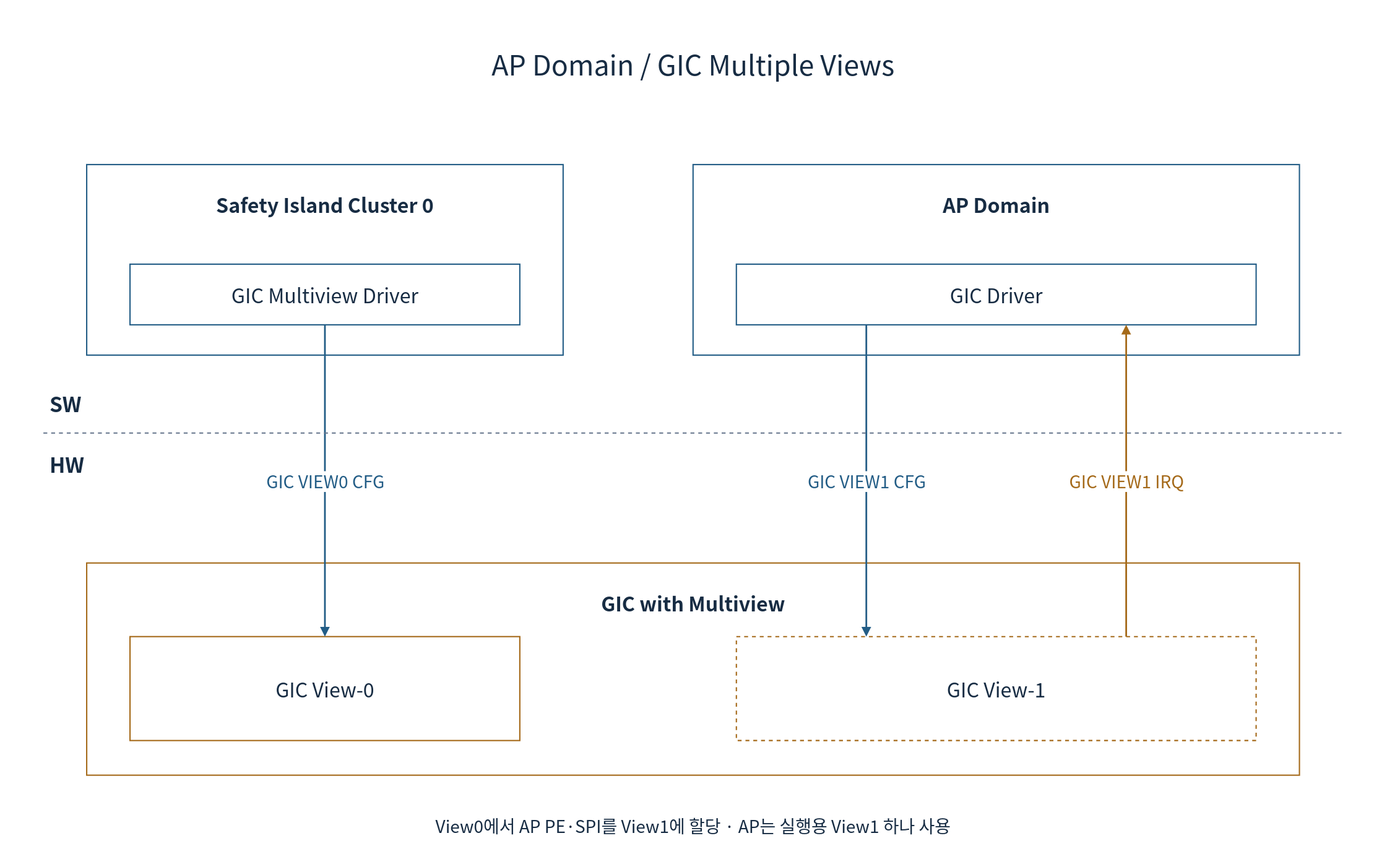
Before: doc/phase1/interrupt/diagrams/01c-ap-multiview.drawio.svg, a diagram exported from draw.io (cometzero/project-apollo). Source tidied: cells renumbered, new cells last; positions are measured from the earlier drawing's top-left corner, leaving out a move shared by most shapes. The source it was exported from:
```xml
<mxGraphModel background="#FFFFFF">
  <root>
    <mxCell id="0" />
    <mxCell id="1" parent="0" />
    <mxCell id="2" style="rounded=0;whiteSpace=wrap;html=1;fillColor=#FFFFFF;strokeColor=none;strokeWidth=1.5;fontColor=#172C43;fontFamily=Noto Sans CJK KR;fontSize=23;spacing=10;" parent="1" vertex="1">
      <mxGeometry width="1600" height="1000" as="geometry" />
    </mxCell>
    <mxCell id="3" value="AP Domain / GIC Multiple Views" style="rounded=0;whiteSpace=wrap;html=1;fillColor=#FFFFFF;strokeColor=none;strokeWidth=1.5;fontColor=#172C43;fontFamily=Noto Sans CJK KR;fontSize=23;spacing=10;fontSize=32;" parent="1" vertex="1">
      <mxGeometry x="50" y="40" width="1500" height="65" as="geometry" />
    </mxCell>
    <mxCell id="4" value="Safety Island Cluster 0" style="rounded=0;whiteSpace=wrap;html=1;fillColor=#FFFFFF;strokeColor=#235D86;strokeWidth=1.5;fontColor=#172C43;fontFamily=Noto Sans CJK KR;fontSize=23;spacing=10;verticalAlign=top;spacingTop=18;fontStyle=1;" parent="1" vertex="1">
      <mxGeometry x="100" y="190" width="550" height="220" as="geometry" />
    </mxCell>
    <mxCell id="5" value="GIC Multiview Driver" style="rounded=0;whiteSpace=wrap;html=1;fillColor=#FFFFFF;strokeColor=#235D86;strokeWidth=1.5;fontColor=#172C43;fontFamily=Noto Sans CJK KR;fontSize=23;spacing=10;" parent="4" vertex="1">
      <mxGeometry x="50" y="115" width="450" height="70" as="geometry" />
    </mxCell>
    <mxCell id="6" value="AP Domain" style="rounded=0;whiteSpace=wrap;html=1;fillColor=#FFFFFF;strokeColor=#235D86;strokeWidth=1.5;fontColor=#172C43;fontFamily=Noto Sans CJK KR;fontSize=23;spacing=10;verticalAlign=top;spacingTop=18;fontStyle=1;" parent="1" vertex="1">
      <mxGeometry x="800" y="190" width="700" height="220" as="geometry" />
    </mxCell>
    <mxCell id="7" value="GIC Driver" style="rounded=0;whiteSpace=wrap;html=1;fillColor=#FFFFFF;strokeColor=#235D86;strokeWidth=1.5;fontColor=#172C43;fontFamily=Noto Sans CJK KR;fontSize=23;spacing=10;" parent="6" vertex="1">
      <mxGeometry x="50" y="115" width="600" height="70" as="geometry" />
    </mxCell>
    <mxCell id="8" value="GIC with Multiview" style="rounded=0;whiteSpace=wrap;html=1;fillColor=#FFFFFF;strokeColor=#A56A1A;strokeWidth=1.5;fontColor=#172C43;fontFamily=Noto Sans CJK KR;fontSize=23;spacing=10;verticalAlign=top;spacingTop=18;fontStyle=1;" parent="1" vertex="1">
      <mxGeometry x="100" y="650" width="1400" height="245" as="geometry" />
    </mxCell>
    <mxCell id="9" value="GIC View-0" style="rounded=0;whiteSpace=wrap;html=1;fillColor=#FFFFFF;strokeColor=#A56A1A;strokeWidth=1.5;fontColor=#172C43;fontFamily=Noto Sans CJK KR;fontSize=23;spacing=10;" parent="8" vertex="1">
      <mxGeometry x="50" y="85" width="450" height="120" as="geometry" />
    </mxCell>
    <mxCell id="10" value="GIC View-1" style="rounded=0;whiteSpace=wrap;html=1;fillColor=#FFFFFF;strokeColor=#A56A1A;strokeWidth=1.5;fontColor=#172C43;fontFamily=Noto Sans CJK KR;fontSize=23;spacing=10;dashed=1;" parent="8" vertex="1">
      <mxGeometry x="750" y="85" width="600" height="120" as="geometry" />
    </mxCell>
    <mxCell id="11" value="GIC VIEW0 CFG" style="edgeStyle=orthogonalEdgeStyle;rounded=0;html=1;endArrow=block;endFill=1;strokeWidth=2;strokeColor=#235D86;fontColor=#235D86;fontFamily=Noto Sans CJK KR;fontSize=20;labelBackgroundColor=#FFFFFF;exitX=0.5;exitY=1;entryX=0.5;entryY=0;" parent="1" edge="1" source="5" target="9">
      <mxGeometry relative="1" as="geometry" />
    </mxCell>
    <mxCell id="12" value="GIC VIEW1 CFG" style="edgeStyle=orthogonalEdgeStyle;rounded=0;html=1;endArrow=block;endFill=1;strokeWidth=2;strokeColor=#235D86;fontColor=#235D86;fontFamily=Noto Sans CJK KR;fontSize=20;labelBackgroundColor=#FFFFFF;exitX=0.25;exitY=1;entryX=0.25;entryY=0;" parent="1" edge="1" source="7" target="10">
      <mxGeometry relative="1" as="geometry" />
    </mxCell>
    <mxCell id="13" value="GIC VIEW1 IRQ" style="edgeStyle=orthogonalEdgeStyle;rounded=0;html=1;endArrow=block;endFill=1;strokeWidth=2;strokeColor=#A56A1A;fontColor=#A56A1A;fontFamily=Noto Sans CJK KR;fontSize=20;labelBackgroundColor=#FFFFFF;exitX=0.75;exitY=0;entryX=0.75;entryY=1;" parent="1" edge="1" source="10" target="7">
      <mxGeometry relative="1" as="geometry" />
    </mxCell>
    <mxCell id="14" value="View0에서 AP PE·SPI를 View1에 할당 · AP는 실행용 View1 하나 사용" style="rounded=0;whiteSpace=wrap;html=1;fillColor=#FFFFFF;strokeColor=none;strokeWidth=1.5;fontColor=#172C43;fontFamily=Noto Sans CJK KR;fontSize=23;spacing=10;fontSize=20;" parent="1" vertex="1">
      <mxGeometry x="50" y="930" width="1500" height="45" as="geometry" />
    </mxCell>
    <mxCell id="15" style="endArrow=none;startArrow=none;dashed=1;strokeColor=#64748B;strokeWidth=1.5;" parent="1" edge="1">
      <mxGeometry relative="1" as="geometry">
        <mxPoint x="50" y="500" as="sourcePoint" />
        <mxPoint x="1550" y="500" as="targetPoint" />
      </mxGeometry>
    </mxCell>
    <mxCell id="16" value="SW" style="text;html=1;strokeColor=none;fillColor=#FFFFFF;fontColor=#172C43;fontFamily=Noto Sans CJK KR;fontSize=24;fontStyle=1;align=left;" parent="1" vertex="1">
      <mxGeometry x="55" y="445" width="80" height="40" as="geometry" />
    </mxCell>
    <mxCell id="17" value="HW" style="text;html=1;strokeColor=none;fillColor=#FFFFFF;fontColor=#172C43;fontFamily=Noto Sans CJK KR;fontSize=24;fontStyle=1;align=left;" parent="1" vertex="1">
      <mxGeometry x="55" y="515" width="80" height="40" as="geometry" />
    </mxCell>
  </root>
</mxGraphModel>
```
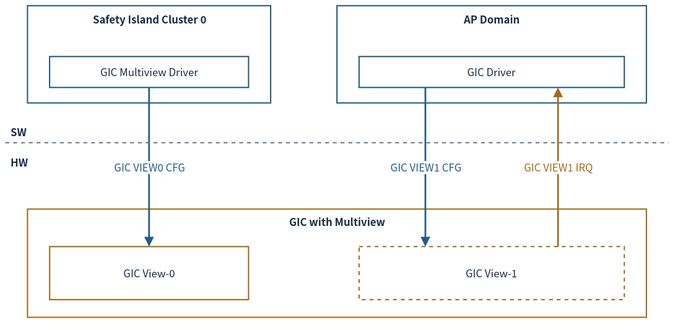
After the change.

Change to the diagram source:
```diff
@@ -2,56 +2,47 @@
   <root>
     <mxCell id="0" />
     <mxCell id="1" parent="0" />
-    <mxCell id="2" style="rounded=0;whiteSpace=wrap;html=1;fillColor=#FFFFFF;strokeColor=none;strokeWidth=1.5;fontColor=#172C43;fontFamily=Noto Sans CJK KR;fontSize=23;spacing=10;" parent="1" vertex="1">
-      <mxGeometry width="1600" height="1000" as="geometry" />
-    </mxCell>
-    <mxCell id="3" value="AP Domain / GIC Multiple Views" style="rounded=0;whiteSpace=wrap;html=1;fillColor=#FFFFFF;strokeColor=none;strokeWidth=1.5;fontColor=#172C43;fontFamily=Noto Sans CJK KR;fontSize=23;spacing=10;fontSize=32;" parent="1" vertex="1">
-      <mxGeometry x="50" y="40" width="1500" height="65" as="geometry" />
-    </mxCell>
-    <mxCell id="4" value="Safety Island Cluster 0" style="rounded=0;whiteSpace=wrap;html=1;fillColor=#FFFFFF;strokeColor=#235D86;strokeWidth=1.5;fontColor=#172C43;fontFamily=Noto Sans CJK KR;fontSize=23;spacing=10;verticalAlign=top;spacingTop=18;fontStyle=1;" parent="1" vertex="1">
-      <mxGeometry x="100" y="190" width="550" height="220" as="geometry" />
+    <mxCell id="4" value="Safety Island Cluster 0" style="rounded=0;whiteSpace=wrap;html=1;fillColor=#FFFFFF;strokeColor=#235D86;strokeWidth=1.5;fontColor=#172C43;fontFamily=Noto Sans CJK KR;verticalAlign=top;fontStyle=1;fontSize=12;spacing=3;whiteSpace=wrap;" parent="1" vertex="1">
+      <mxGeometry x="37.5" y="65.6" width="280.7" height="112.3" as="geometry" />
     </mxCell>
-    <mxCell id="5" value="GIC Multiview Driver" style="rounded=0;whiteSpace=wrap;html=1;fillColor=#FFFFFF;strokeColor=#235D86;strokeWidth=1.5;fontColor=#172C43;fontFamily=Noto Sans CJK KR;fontSize=23;spacing=10;" parent="4" vertex="1">
-      <mxGeometry x="50" y="115" width="450" height="70" as="geometry" />
+    <mxCell id="5" value="GIC Multiview Driver" style="rounded=0;whiteSpace=wrap;html=1;fillColor=#FFFFFF;strokeColor=#235D86;strokeWidth=1.5;fontColor=#172C43;fontFamily=Noto Sans CJK KR;fontSize=12;spacing=3;whiteSpace=wrap;" parent="4" vertex="1">
+      <mxGeometry x="25.5" y="58.7" width="229.7" height="35.7" as="geometry" />
     </mxCell>
-    <mxCell id="6" value="AP Domain" style="rounded=0;whiteSpace=wrap;html=1;fillColor=#FFFFFF;strokeColor=#235D86;strokeWidth=1.5;fontColor=#172C43;fontFamily=Noto Sans CJK KR;fontSize=23;spacing=10;verticalAlign=top;spacingTop=18;fontStyle=1;" parent="1" vertex="1">
-      <mxGeometry x="800" y="190" width="700" height="220" as="geometry" />
+    <mxCell id="6" value="AP Domain" style="rounded=0;whiteSpace=wrap;html=1;fillColor=#FFFFFF;strokeColor=#235D86;strokeWidth=1.5;fontColor=#172C43;fontFamily=Noto Sans CJK KR;verticalAlign=top;fontStyle=1;fontSize=12;spacing=3;whiteSpace=wrap;" parent="1" vertex="1">
+      <mxGeometry x="394.8" y="65.6" width="357.2" height="112.3" as="geometry" />
     </mxCell>
-    <mxCell id="7" value="GIC Driver" style="rounded=0;whiteSpace=wrap;html=1;fillColor=#FFFFFF;strokeColor=#235D86;strokeWidth=1.5;fontColor=#172C43;fontFamily=Noto Sans CJK KR;fontSize=23;spacing=10;" parent="6" vertex="1">
-      <mxGeometry x="50" y="115" width="600" height="70" as="geometry" />
+    <mxCell id="7" value="GIC Driver" style="rounded=0;whiteSpace=wrap;html=1;fillColor=#FFFFFF;strokeColor=#235D86;strokeWidth=1.5;fontColor=#172C43;fontFamily=Noto Sans CJK KR;fontSize=12;spacing=3;whiteSpace=wrap;" parent="6" vertex="1">
+      <mxGeometry x="25.5" y="58.7" width="306.2" height="35.7" as="geometry" />
     </mxCell>
-    <mxCell id="8" value="GIC with Multiview" style="rounded=0;whiteSpace=wrap;html=1;fillColor=#FFFFFF;strokeColor=#A56A1A;strokeWidth=1.5;fontColor=#172C43;fontFamily=Noto Sans CJK KR;fontSize=23;spacing=10;verticalAlign=top;spacingTop=18;fontStyle=1;" parent="1" vertex="1">
-      <mxGeometry x="100" y="650" width="1400" height="245" as="geometry" />
+    <mxCell id="8" value="GIC with Multiview" style="rounded=0;whiteSpace=wrap;html=1;fillColor=#FFFFFF;strokeColor=#A56A1A;strokeWidth=1.5;fontColor=#172C43;fontFamily=Noto Sans CJK KR;verticalAlign=top;fontStyle=1;fontSize=12;spacing=3;whiteSpace=wrap;" parent="1" vertex="1">
+      <mxGeometry x="37.5" y="300.3" width="714.5" height="125" as="geometry" />
     </mxCell>
-    <mxCell id="9" value="GIC View-0" style="rounded=0;whiteSpace=wrap;html=1;fillColor=#FFFFFF;strokeColor=#A56A1A;strokeWidth=1.5;fontColor=#172C43;fontFamily=Noto Sans CJK KR;fontSize=23;spacing=10;" parent="8" vertex="1">
-      <mxGeometry x="50" y="85" width="450" height="120" as="geometry" />
+    <mxCell id="9" value="GIC View-0" style="rounded=0;whiteSpace=wrap;html=1;fillColor=#FFFFFF;strokeColor=#A56A1A;strokeWidth=1.5;fontColor=#172C43;fontFamily=Noto Sans CJK KR;fontSize=12;spacing=3;whiteSpace=wrap;" parent="8" vertex="1">
+      <mxGeometry x="25.5" y="43.4" width="229.7" height="61.2" as="geometry" />
     </mxCell>
-    <mxCell id="10" value="GIC View-1" style="rounded=0;whiteSpace=wrap;html=1;fillColor=#FFFFFF;strokeColor=#A56A1A;strokeWidth=1.5;fontColor=#172C43;fontFamily=Noto Sans CJK KR;fontSize=23;spacing=10;dashed=1;" parent="8" vertex="1">
-      <mxGeometry x="750" y="85" width="600" height="120" as="geometry" />
+    <mxCell id="10" value="GIC View-1" style="rounded=0;whiteSpace=wrap;html=1;fillColor=#FFFFFF;strokeColor=#A56A1A;strokeWidth=1.5;fontColor=#172C43;fontFamily=Noto Sans CJK KR;dashed=1;fontSize=12;spacing=3;whiteSpace=wrap;" parent="8" vertex="1">
+      <mxGeometry x="382.8" y="43.4" width="306.2" height="61.2" as="geometry" />
     </mxCell>
-    <mxCell id="11" value="GIC VIEW0 CFG" style="edgeStyle=orthogonalEdgeStyle;rounded=0;html=1;endArrow=block;endFill=1;strokeWidth=2;strokeColor=#235D86;fontColor=#235D86;fontFamily=Noto Sans CJK KR;fontSize=20;labelBackgroundColor=#FFFFFF;exitX=0.5;exitY=1;entryX=0.5;entryY=0;" parent="1" edge="1" source="5" target="9">
+    <mxCell id="11" value="GIC VIEW0 CFG" style="edgeStyle=orthogonalEdgeStyle;rounded=0;html=1;endArrow=block;endFill=1;strokeWidth=2;strokeColor=#235D86;fontColor=#235D86;fontFamily=Noto Sans CJK KR;labelBackgroundColor=#FFFFFF;exitX=0.5;exitY=1;entryX=0.5;entryY=0;fontSize=12;spacing=3;whiteSpace=nowrap;" parent="1" edge="1" source="5" target="9">
       <mxGeometry relative="1" as="geometry" />
     </mxCell>
-    <mxCell id="12" value="GIC VIEW1 CFG" style="edgeStyle=orthogonalEdgeStyle;rounded=0;html=1;endArrow=block;endFill=1;strokeWidth=2;strokeColor=#235D86;fontColor=#235D86;fontFamily=Noto Sans CJK KR;fontSize=20;labelBackgroundColor=#FFFFFF;exitX=0.25;exitY=1;entryX=0.25;entryY=0;" parent="1" edge="1" source="7" target="10">
+    <mxCell id="12" value="GIC VIEW1 CFG" style="edgeStyle=orthogonalEdgeStyle;rounded=0;html=1;endArrow=block;endFill=1;strokeWidth=2;strokeColor=#235D86;fontColor=#235D86;fontFamily=Noto Sans CJK KR;labelBackgroundColor=#FFFFFF;exitX=0.25;exitY=1;entryX=0.25;entryY=0;fontSize=12;spacing=3;whiteSpace=nowrap;" parent="1" edge="1" source="7" target="10">
       <mxGeometry relative="1" as="geometry" />
     </mxCell>
-    <mxCell id="13" value="GIC VIEW1 IRQ" style="edgeStyle=orthogonalEdgeStyle;rounded=0;html=1;endArrow=block;endFill=1;strokeWidth=2;strokeColor=#A56A1A;fontColor=#A56A1A;fontFamily=Noto Sans CJK KR;fontSize=20;labelBackgroundColor=#FFFFFF;exitX=0.75;exitY=0;entryX=0.75;entryY=1;" parent="1" edge="1" source="10" target="7">
+    <mxCell id="13" value="GIC VIEW1 IRQ" style="edgeStyle=orthogonalEdgeStyle;rounded=0;html=1;endArrow=block;endFill=1;strokeWidth=2;strokeColor=#A56A1A;fontColor=#A56A1A;fontFamily=Noto Sans CJK KR;labelBackgroundColor=#FFFFFF;exitX=0.75;exitY=0;entryX=0.75;entryY=1;fontSize=12;spacing=3;whiteSpace=nowrap;" parent="1" edge="1" source="10" target="7">
       <mxGeometry relative="1" as="geometry" />
     </mxCell>
-    <mxCell id="14" value="View0에서 AP PE·SPI를 View1에 할당 · AP는 실행용 View1 하나 사용" style="rounded=0;whiteSpace=wrap;html=1;fillColor=#FFFFFF;strokeColor=none;strokeWidth=1.5;fontColor=#172C43;fontFamily=Noto Sans CJK KR;fontSize=23;spacing=10;fontSize=20;" parent="1" vertex="1">
-      <mxGeometry x="50" y="930" width="1500" height="45" as="geometry" />
-    </mxCell>
-    <mxCell id="15" style="endArrow=none;startArrow=none;dashed=1;strokeColor=#64748B;strokeWidth=1.5;" parent="1" edge="1">
+    <mxCell id="15" style="endArrow=none;startArrow=none;dashed=1;strokeColor=#64748B;strokeWidth=1.5;fontSize=12;spacing=3;whiteSpace=nowrap;" parent="1" edge="1">
       <mxGeometry relative="1" as="geometry">
-        <mxPoint x="50" y="500" as="sourcePoint" />
-        <mxPoint x="1550" y="500" as="targetPoint" />
+        <mxPoint x="12" y="223.8" as="sourcePoint" />
+        <mxPoint x="777.5" y="223.8" as="targetPoint" />
       </mxGeometry>
     </mxCell>
-    <mxCell id="16" value="SW" style="text;html=1;strokeColor=none;fillColor=#FFFFFF;fontColor=#172C43;fontFamily=Noto Sans CJK KR;fontSize=24;fontStyle=1;align=left;" parent="1" vertex="1">
-      <mxGeometry x="55" y="445" width="80" height="40" as="geometry" />
+    <mxCell id="16" value="SW" style="text;html=1;strokeColor=none;fillColor=#FFFFFF;fontColor=#172C43;fontFamily=Noto Sans CJK KR;fontStyle=1;align=left;fontSize=12;spacing=3;whiteSpace=wrap;" parent="1" vertex="1">
+      <mxGeometry x="14.6" y="195.7" width="40.8" height="20.4" as="geometry" />
     </mxCell>
-    <mxCell id="17" value="HW" style="text;html=1;strokeColor=none;fillColor=#FFFFFF;fontColor=#172C43;fontFamily=Noto Sans CJK KR;fontSize=24;fontStyle=1;align=left;" parent="1" vertex="1">
-      <mxGeometry x="55" y="515" width="80" height="40" as="geometry" />
+    <mxCell id="17" value="HW" style="text;html=1;strokeColor=none;fillColor=#FFFFFF;fontColor=#172C43;fontFamily=Noto Sans CJK KR;fontStyle=1;align=left;fontSize=12;spacing=3;whiteSpace=wrap;" parent="1" vertex="1">
+      <mxGeometry x="14.6" y="231.4" width="40.8" height="20.4" as="geometry" />
     </mxCell>
   </root>
 </mxGraphModel>
```
